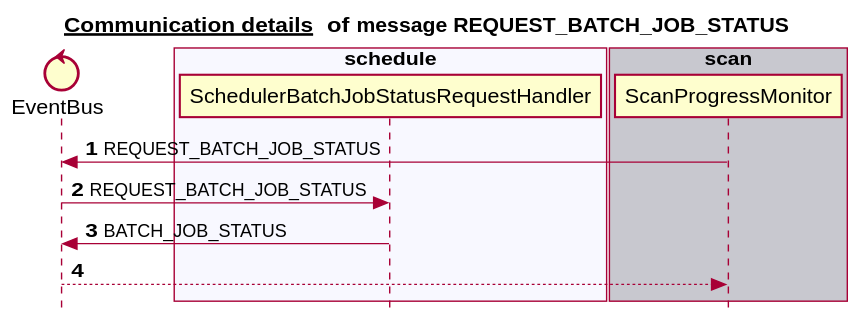
mercedes-benz/sechub keeps this PlantUML diagram as docs/latest/images/gen_domain_messaging_request_batch_job_status.svg. Above is the earlier version.
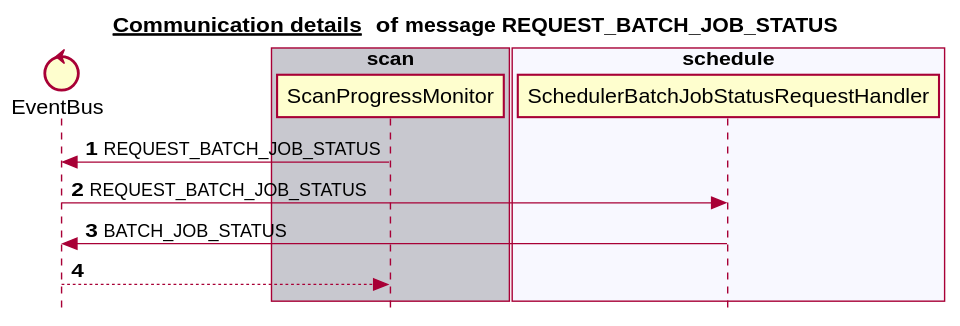
After the commit.

Diff of the diagram source:
```diff
@@ -6,17 +6,17 @@
 
 
 control EventBus
-box "notification" #C8C8CF
-end box
-box "authorization" #F8F8FF
-end box
-box "administration" #C8C8CF
+box "scan" #C8C8CF
+   participant ScanProgressMonitor
 end box
 box "schedule" #F8F8FF
    participant SchedulerBatchJobStatusRequestHandler
 end box
-box "scan" #C8C8CF
-   participant ScanProgressMonitor
+box "authorization" #C8C8CF
+end box
+box "notification" #F8F8FF
+end box
+box "administration" #C8C8CF
 end box
 autonumber 1
 ScanProgressMonitor -> EventBus:REQUEST_BATCH_JOB_STATUS
```
